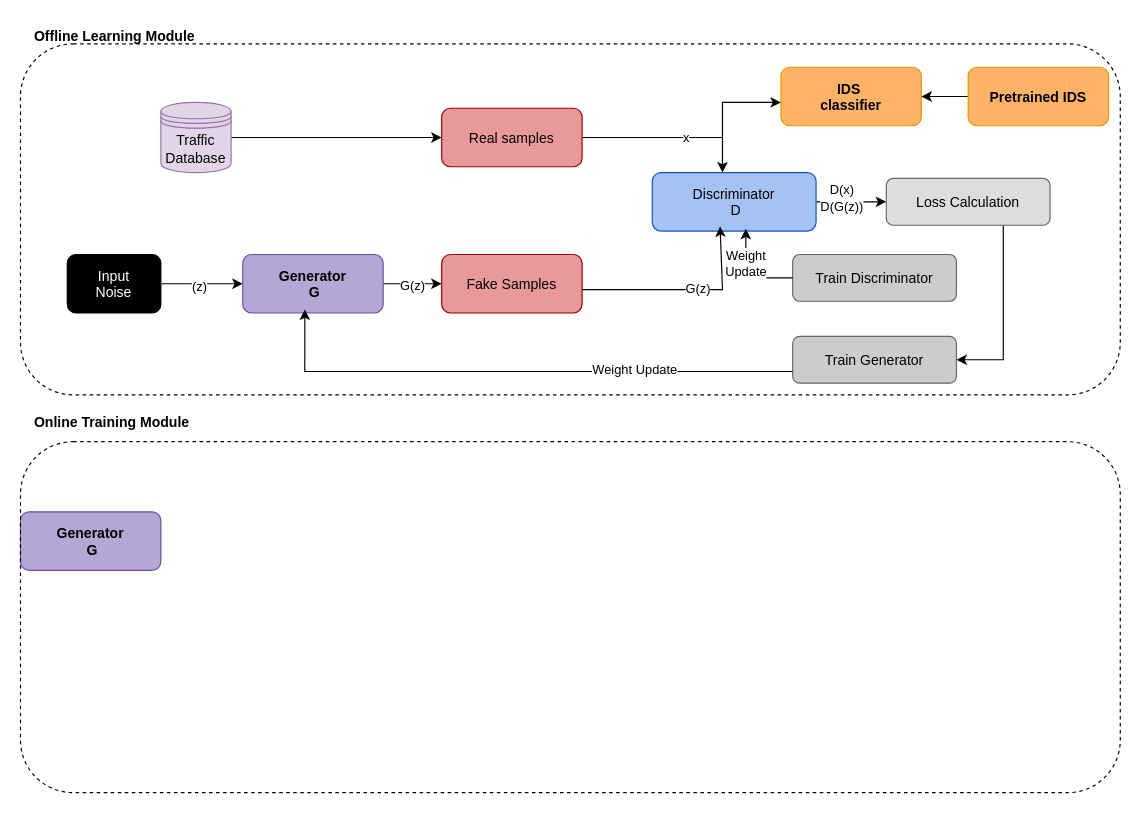
Before: page "IDS + CTGAN Architecture" (1 of 2) of overall_architecture.drawio in elgenio123/diagrams, a draw.io diagram. Source tidied: cells renumbered, new cells numbered last; positions are measured from the earlier drawing's top-left corner, leaving out a move shared by most shapes. Both pictures are drawn from the tidied source at 117%, with x=0, y=0 at pixel (20, 20).
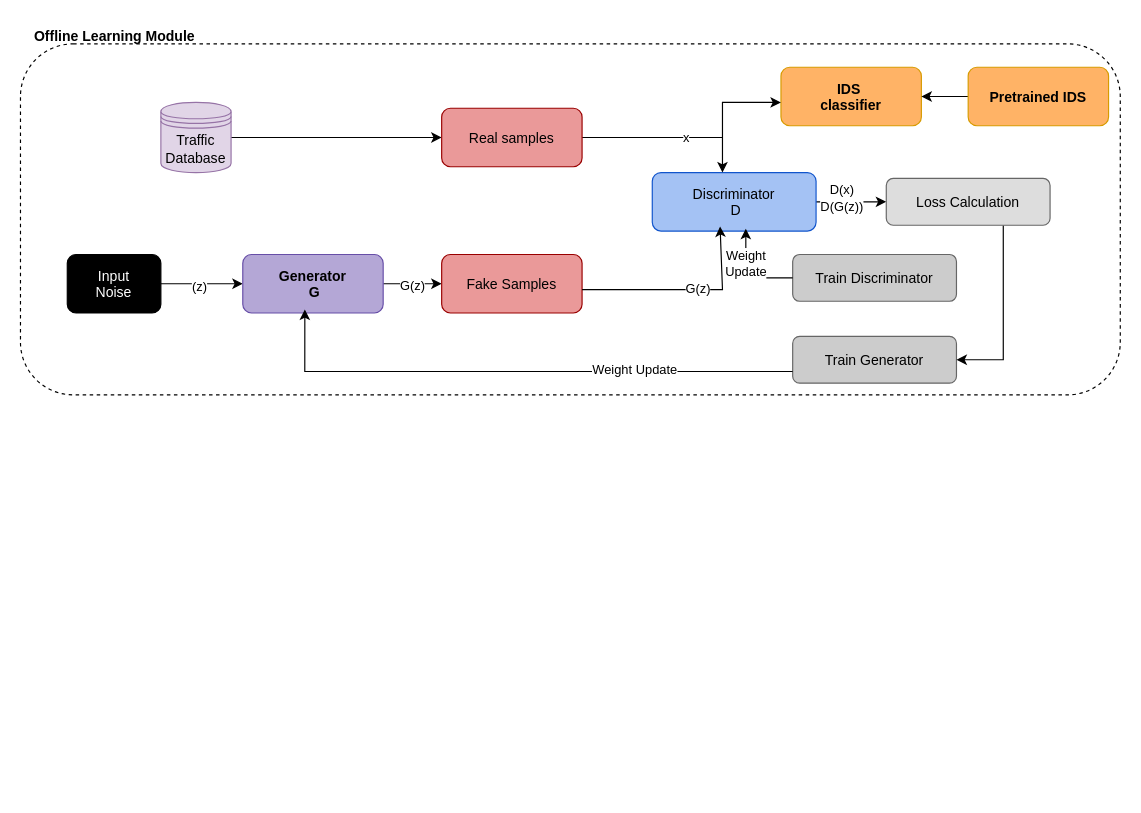
After the change.

Commit message:
Mettre à jour overall_architecture.drawio

What changed in the source:
```diff
@@
-    <mxCell id="34" value="Generator&#10; G" style="rounded=1;fillColor=#b4a7d6;strokeColor=#674ea7;fontStyle=1;" parent="1" vertex="1">
-      <mxGeometry y="420" width="120" height="50" as="geometry" />
-    </mxCell>
-    <mxCell id="35" style="rounded=1;dashed=1;fillColor=none;strokeColor=#000000;" parent="1" vertex="1">
-      <mxGeometry y="360" width="940" height="300" as="geometry" />
-    </mxCell>
-    <mxCell id="36" value="Online Training Module" style="text;html=1;fontStyle=1;fillColor=none;strokeColor=none;" parent="1" vertex="1">
-      <mxGeometry x="10" y="330" width="100" height="20" as="geometry" />
-    </mxCell>
```
